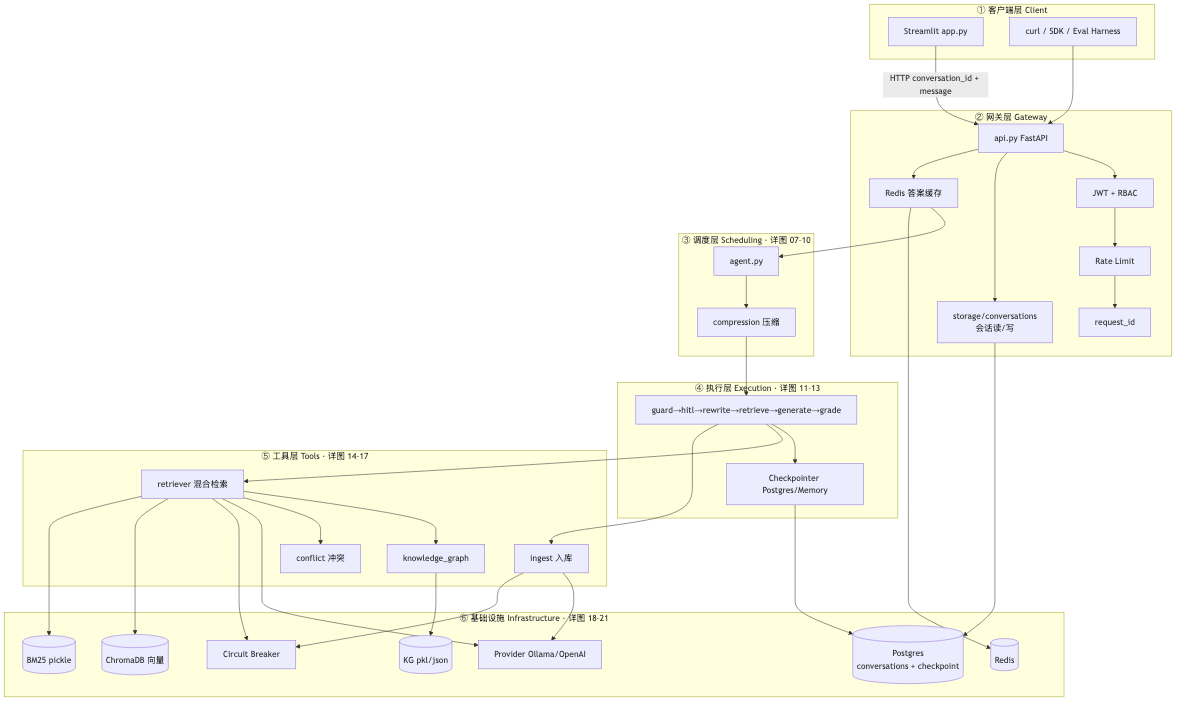
Above: project_00_rag_agent/docs/diagrams/01_layers_overview.png in charlie-chann/ai-agent-langgraph-main (Mermaid), before the change. Its source is kept beside it as project_00_rag_agent/docs/diagrams/source/01_layers_overview.mmd.
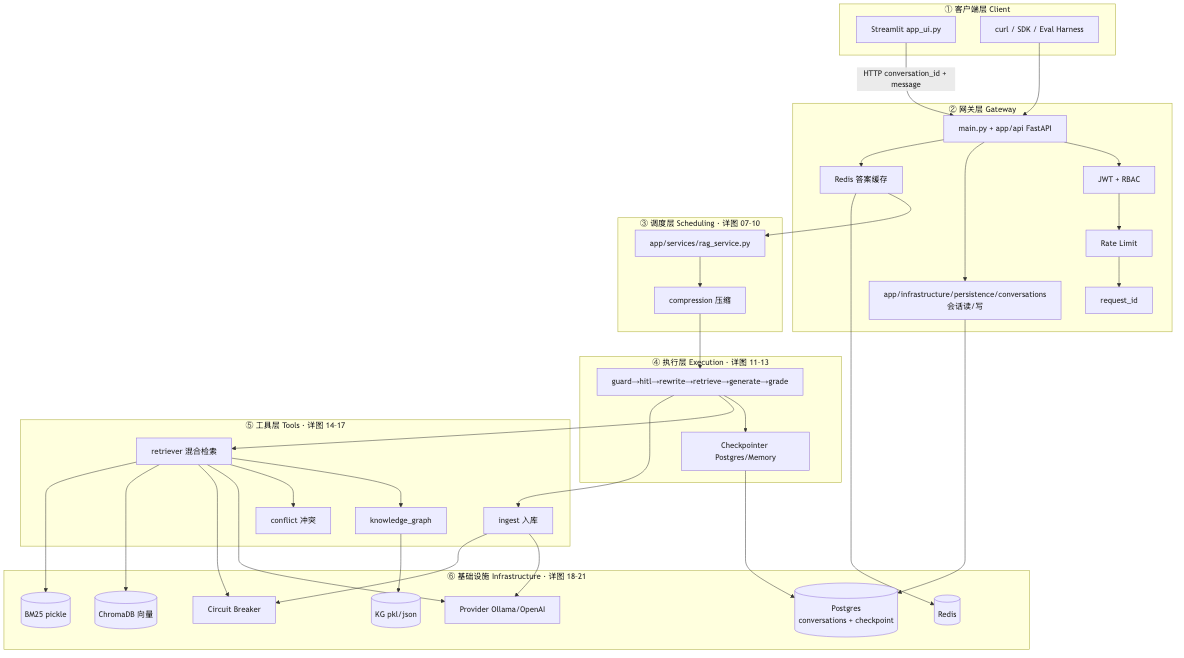
Above is the later version.

Change to the diagram source:
```diff
@@ -1,20 +1,20 @@
 flowchart TB
     subgraph L1["① 客户端层 Client"]
-        ST[Streamlit app.py]
+        ST[Streamlit app_ui.py]
         CLI[curl / SDK / Eval Harness]
     end
 
     subgraph L2["② 网关层 Gateway"]
-        API[api.py FastAPI]
+        API[main.py + app/api FastAPI]
         AUTH[JWT + RBAC]
         RL[Rate Limit]
         CACHE[Redis 答案缓存]
         RID[request_id]
-        CONV[storage/conversations<br/>会话读/写]
+        CONV[app/infrastructure/persistence/conversations<br/>会话读/写]
     end
 
     subgraph L3["③ 调度层 Scheduling · 详图 07–10"]
-        AGENT[agent.py]
+        AGENT[app/services/rag_service.py]
         COMP[compression 压缩]
     end
 
```
